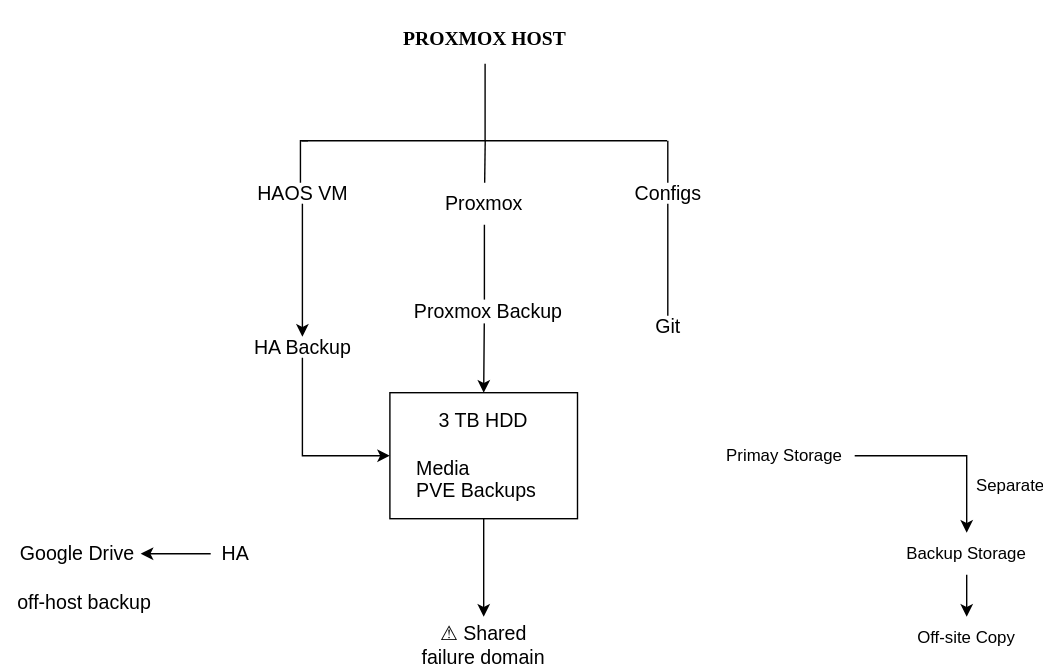
Earlier version of the draw.io export diagrams/exported/backup-architecture.svg (frimpongemanuele/HomeLab). Source tidied: cells renumbered, new cells last; positions are measured from the earlier drawing's top-left corner, leaving out a move shared by most shapes.
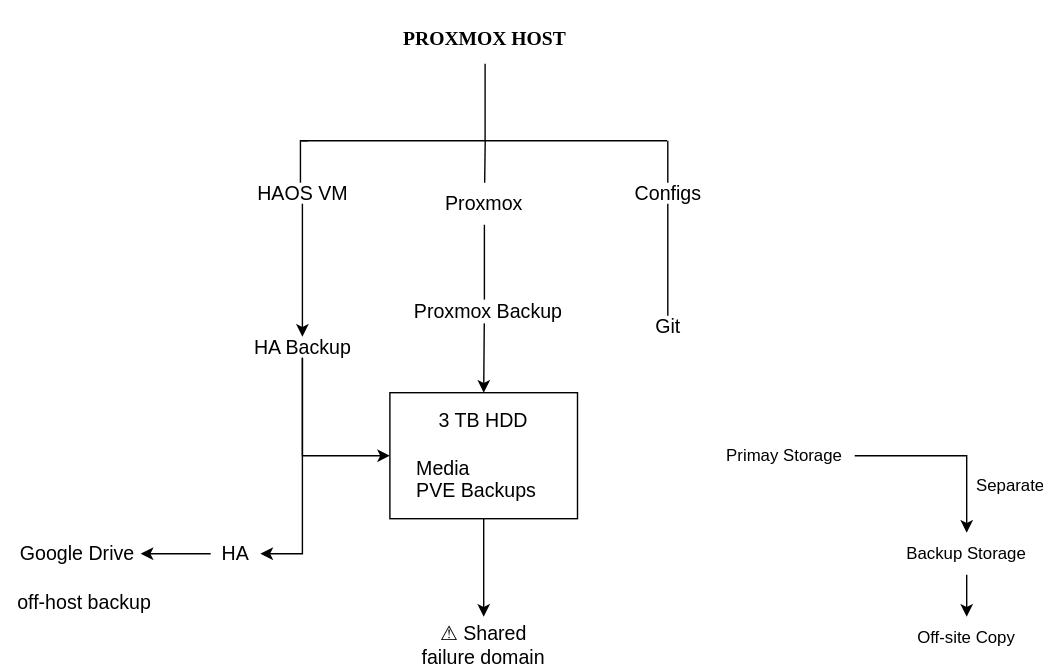
The same diagram one commit later.

Change to the diagram source:
```diff
@@ -108,5 +108,12 @@
     <mxCell id="30" value="Off-site Copy" style="text;html=1;whiteSpace=wrap;strokeColor=none;fillColor=none;align=center;verticalAlign=middle;rounded=0;" parent="1" vertex="1">
       <mxGeometry x="640" y="440" width="100" height="30" as="geometry" />
     </mxCell>
+    <mxCell id="31" style="endArrow=classic;html=1;rounded=0;fontFamily=Helvetica;fontSize=12;fontColor=default;exitX=0.5;exitY=1;exitDx=0;exitDy=0;entryX=1;entryY=0.5;entryDx=0;entryDy=0;" parent="1" edge="1" source="16" target="23">
+      <mxGeometry relative="1" as="geometry">
+        <Array as="points">
+          <mxPoint x="215.5" y="395" />
+        </Array>
+      </mxGeometry>
+    </mxCell>
   </root>
 </mxGraphModel>
```
